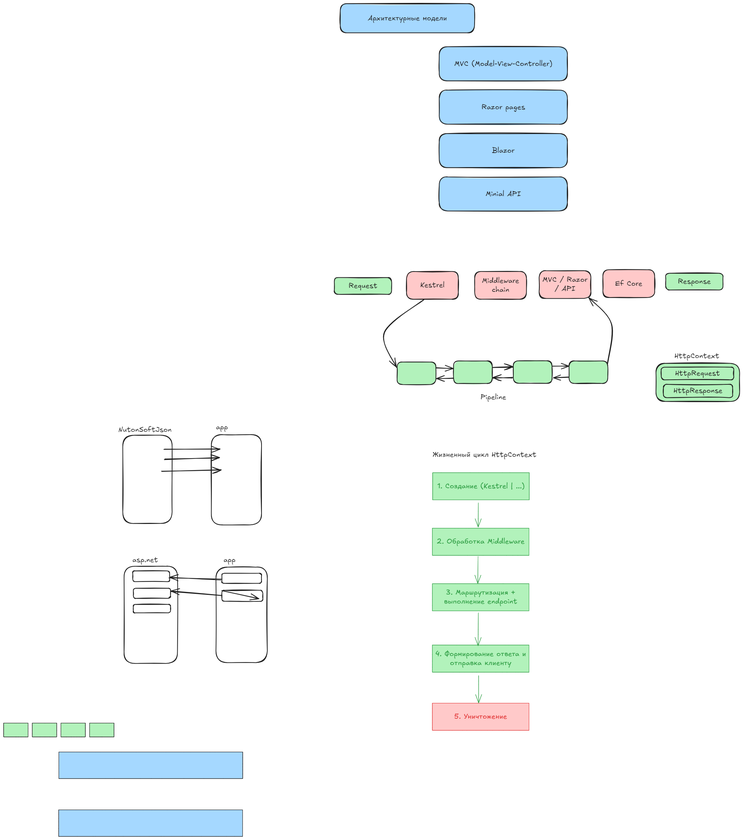
Before: img/2_asp_intro.excalidraw.png, a diagram exported from Excalidraw (silvercodes/p23_p31_aspnetcore). Source tidied: one line per element, renumbered; positions are measured from the earlier drawing's top-left corner, leaving out a move shared by most shapes.
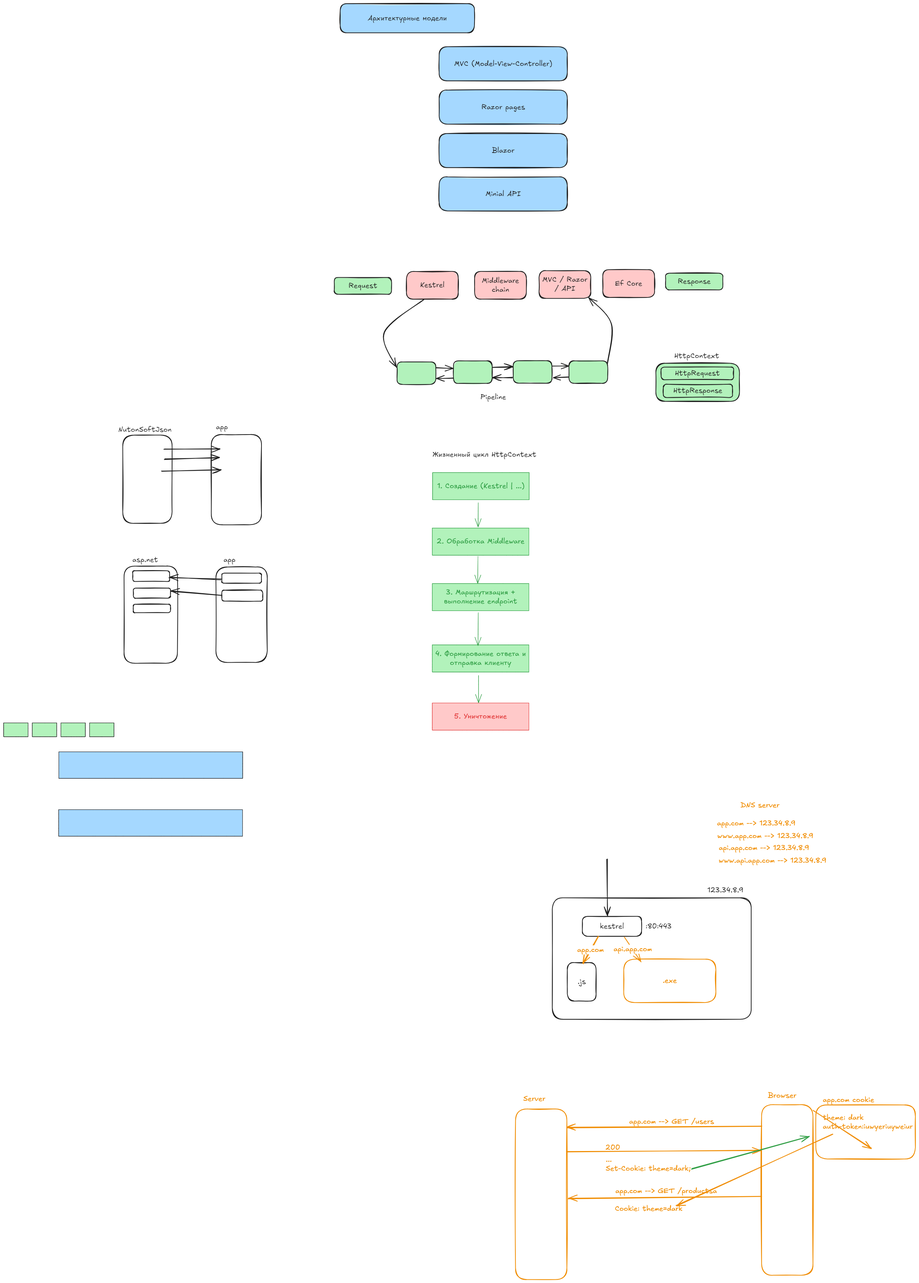
Above is the later version.

Diff of the diagram source:
```diff
@@ -78,3 +78,39 @@
 {"id": 77, "type": "rectangle", "strokeColor": "#1e1e1e", "backgroundColor": "#b2f2bb", "fillStyle": "solid", "strokeWidth": 1, "roughness": 0, "x": 79, "y": 1990, "width": 68, "height": 38}
 {"id": 78, "type": "rectangle", "strokeColor": "#1e1e1e", "backgroundColor": "#b2f2bb", "fillStyle": "solid", "strokeWidth": 1, "roughness": 0, "x": 158, "y": 1990, "width": 68, "height": 38}
 {"id": 79, "type": "rectangle", "strokeColor": "#1e1e1e", "backgroundColor": "#b2f2bb", "fillStyle": "solid", "strokeWidth": 1, "roughness": 0, "x": 238, "y": 1990, "width": 68, "height": 38}
+{"id": 80, "type": "rectangle", "strokeColor": "#1e1e1e", "strokeWidth": 2, "roughness": 1, "round": true, "x": 1517, "y": 2474, "width": 550, "height": 336}
+{"id": 81, "type": "rectangle", "strokeColor": "#1e1e1e", "strokeWidth": 2, "roughness": 1, "round": true, "x": 1600, "y": 2525, "width": 164, "height": 55}
+{"id": 82, "type": "text", "text": "kestrel", "strokeColor": "#1e1e1e", "strokeWidth": 2, "roughness": 1, "fontSize": 20, "fontFamily": 5, "textAlign": "center", "verticalAlign": "middle", "inside": 81, "x": 1649, "y": 2540, "width": 66, "height": 25}
+{"id": 83, "type": "arrow", "strokeColor": "#1e1e1e", "strokeWidth": 2, "roughness": 1, "endArrowhead": "arrow", "round": true, "to": 81, "x": 1668, "y": 2366, "width": 2, "height": 157, "points": [[0, 0], [2, 157]]}
+{"id": 84, "type": "text", "text": "123.34.8.9", "strokeColor": "#1e1e1e", "strokeWidth": 2, "roughness": 1, "fontSize": 20, "fontFamily": 5, "x": 1946, "y": 2440, "width": 99, "height": 25}
+{"id": 85, "type": "text", "text": ":80:443", "strokeColor": "#1e1e1e", "strokeWidth": 2, "roughness": 1, "fontSize": 20, "fontFamily": 5, "x": 1775, "y": 2540, "width": 72, "height": 25}
+{"id": 86, "type": "rectangle", "strokeColor": "#1e1e1e", "strokeWidth": 2, "roughness": 1, "round": true, "x": 1559, "y": 2653, "width": 80, "height": 106}
+{"id": 87, "type": "text", "text": ".js", "strokeColor": "#1e1e1e", "strokeWidth": 2, "roughness": 1, "fontSize": 20, "fontFamily": 5, "textAlign": "center", "verticalAlign": "middle", "inside": 86, "x": 1587, "y": 2693, "width": 23, "height": 25}
+{"id": 88, "type": "rectangle", "strokeColor": "#f08c00", "strokeWidth": 2, "roughness": 1, "round": true, "x": 1715, "y": 2643, "width": 255, "height": 120}
+{"id": 89, "type": "text", "text": ".exe", "strokeColor": "#f08c00", "strokeWidth": 2, "roughness": 1, "fontSize": 20, "fontFamily": 5, "textAlign": "center", "verticalAlign": "middle", "inside": 88, "x": 1823, "y": 2691, "width": 39, "height": 25}
+{"id": 90, "type": "text", "text": "app.com --> 123.34.8.9", "strokeColor": "#f08c00", "strokeWidth": 2, "roughness": 1, "fontSize": 20, "fontFamily": 5, "x": 1972, "y": 2256, "width": 217, "height": 25}
+{"id": 91, "type": "text", "text": "api.app.com --> 123.34.8.9", "strokeColor": "#f08c00", "strokeWidth": 2, "roughness": 1, "fontSize": 20, "fontFamily": 5, "x": 1978, "y": 2324, "width": 249, "height": 25}
+{"id": 92, "type": "arrow", "strokeColor": "#f08c00", "strokeWidth": 2, "roughness": 1, "endArrowhead": "arrow", "round": true, "from": 81, "to": 88, "x": 1717, "y": 2582, "width": 46, "height": 66, "points": [[0, 0], [46, 66]]}
+{"id": 93, "type": "text", "text": "api.app.com", "strokeColor": "#f08c00", "strokeWidth": 2, "roughness": 1, "fontSize": 20, "fontFamily": 5, "textAlign": "center", "verticalAlign": "middle", "inside": 92, "x": 1686, "y": 2603, "width": 106, "height": 25}
+{"id": 94, "type": "arrow", "strokeColor": "#f08c00", "strokeWidth": 2, "roughness": 1, "endArrowhead": "arrow", "round": true, "from": 81, "to": 86, "x": 1643, "y": 2579, "width": 42, "height": 77, "points": [[0, 0], [-42, 77]]}
+{"id": 95, "type": "text", "text": "app.com", "strokeColor": "#f08c00", "strokeWidth": 2, "roughness": 1, "fontSize": 20, "fontFamily": 5, "textAlign": "center", "verticalAlign": "middle", "inside": 94, "x": 1602, "y": 2605, "width": 74, "height": 25}
+{"id": 96, "type": "text", "text": "www.app.com --> 123.34.8.9", "strokeColor": "#f08c00", "strokeWidth": 2, "roughness": 1, "fontSize": 20, "fontFamily": 5, "x": 1974, "y": 2290, "width": 265, "height": 25}
+{"id": 97, "type": "text", "text": "www.api.app.com --> 123.34.8.9", "strokeColor": "#f08c00", "strokeWidth": 2, "roughness": 1, "fontSize": 20, "fontFamily": 5, "x": 1977, "y": 2359, "width": 297, "height": 25}
+{"id": 98, "type": "text", "text": "DNS server", "strokeColor": "#f08c00", "strokeWidth": 2, "roughness": 1, "fontSize": 20, "fontFamily": 5, "x": 2037, "y": 2205, "width": 108, "height": 25}
+{"id": 99, "type": "rectangle", "strokeColor": "#f08c00", "strokeWidth": 2, "roughness": 1, "round": true, "x": 1415, "y": 3058, "width": 142, "height": 472}
+{"id": 100, "type": "rectangle", "strokeColor": "#f08c00", "strokeWidth": 2, "roughness": 1, "round": true, "x": 2096, "y": 3046, "width": 142, "height": 472}
+{"id": 101, "type": "text", "text": "Server", "strokeColor": "#f08c00", "strokeWidth": 2, "roughness": 1, "fontSize": 20, "fontFamily": 5, "x": 1437, "y": 3018, "width": 61, "height": 25}
+{"id": 102, "type": "text", "text": "Browser", "strokeColor": "#f08c00", "strokeWidth": 2, "roughness": 1, "fontSize": 20, "fontFamily": 5, "x": 2113, "y": 3009, "width": 79, "height": 25}
+{"id": 103, "type": "arrow", "strokeColor": "#f08c00", "strokeWidth": 2, "roughness": 1, "endArrowhead": "arrow", "round": true, "from": 100, "to": 99, "x": 2095, "y": 3105, "width": 536, "height": 5, "points": [[0, 0], [-536, 5]]}
+{"id": 104, "type": "text", "text": "app.com --> GET /users", "strokeColor": "#f08c00", "strokeWidth": 2, "roughness": 1, "fontSize": 20, "fontFamily": 5, "x": 1729, "y": 3081, "width": 235, "height": 25}
+{"id": 105, "type": "arrow", "strokeColor": "#f08c00", "strokeWidth": 2, "roughness": 1, "endArrowhead": "arrow", "round": true, "from": 99, "to": 100, "x": 1558, "y": 3177, "width": 537, "height": 5, "points": [[0, 0], [537, -5]]}
+{"id": 106, "type": "text", "text": "200", "strokeColor": "#f08c00", "strokeWidth": 2, "roughness": 1, "fontSize": 20, "fontFamily": 5, "x": 1664, "y": 3153, "width": 41, "height": 25}
+{"id": 107, "type": "text", "text": "...\nSet-Cookie: theme=dark;", "strokeColor": "#f08c00", "strokeWidth": 2, "roughness": 1, "fontSize": 20, "fontFamily": 5, "x": 1665, "y": 3186, "width": 235, "height": 50}
+{"id": 108, "type": "rectangle", "strokeColor": "#f08c00", "strokeWidth": 2, "roughness": 1, "round": true, "x": 2246, "y": 3046, "width": 275, "height": 150}
+{"id": 109, "type": "text", "text": "app.com cookie", "strokeColor": "#f08c00", "strokeWidth": 2, "roughness": 1, "fontSize": 20, "fontFamily": 5, "x": 2265, "y": 3020, "width": 142, "height": 25}
+{"id": 110, "type": "text", "text": "theme: dark\nauth-token:iuwyeriuyweiur", "strokeColor": "#f08c00", "strokeWidth": 2, "roughness": 1, "fontSize": 20, "fontFamily": 5, "x": 2265, "y": 3069, "width": 249, "height": 50}
+{"id": 111, "type": "arrow", "strokeColor": "#2f9e44", "strokeWidth": 2, "roughness": 1, "endArrowhead": "arrow", "round": true, "from": 107, "to": 108, "x": 1903, "y": 3223, "width": 326, "height": 89, "points": [[0, 0], [326, -89]]}
+{"id": 112, "type": "arrow", "strokeColor": "#f08c00", "strokeWidth": 2, "roughness": 1, "endArrowhead": "arrow", "round": true, "from": 100, "to": 99, "x": 2095, "y": 3299, "width": 534, "height": 6, "points": [[0, 0], [-534, 6]]}
+{"id": 113, "type": "text", "text": "app.com --> GET /productsa", "strokeColor": "#f08c00", "strokeWidth": 2, "roughness": 1, "fontSize": 20, "fontFamily": 5, "x": 1691, "y": 3272, "width": 281, "height": 25}
+{"id": 114, "type": "arrow", "strokeColor": "#f08c00", "strokeWidth": 2, "roughness": 1, "endArrowhead": "arrow", "round": true, "x": 2293, "y": 3126, "width": 433, "height": 198, "points": [[0, 0], [-433, 198]]}
+{"id": 115, "type": "text", "text": "Cookie: theme=dark", "strokeColor": "#f08c00", "strokeWidth": 2, "roughness": 1, "fontSize": 20, "fontFamily": 5, "x": 1690, "y": 3321, "width": 187, "height": 25}
```
